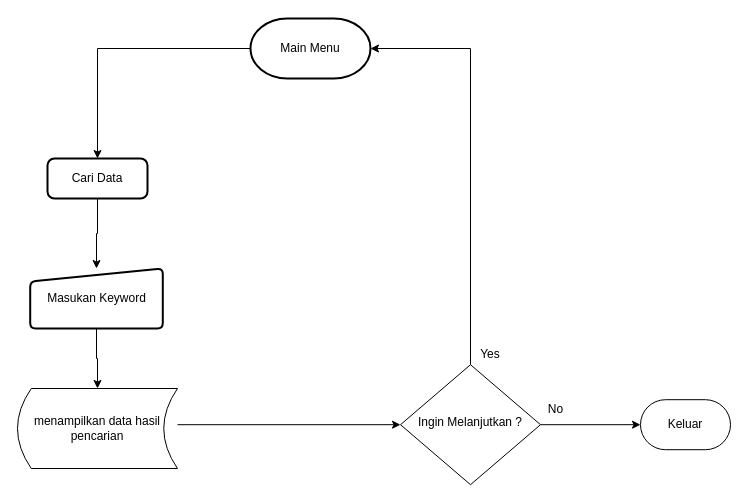
tobiadnan/CRUD-FRS-with-Java-Native keeps this draw.io diagram as cariData.drawio. Above is the earlier version. Source tidied: cells renumbered, new cells numbered last; positions are measured from the earlier drawing's top-left corner, leaving out a move shared by most shapes. Both pictures are drawn from the tidied source at 100%, with x=0, y=0 at pixel (17, 18).
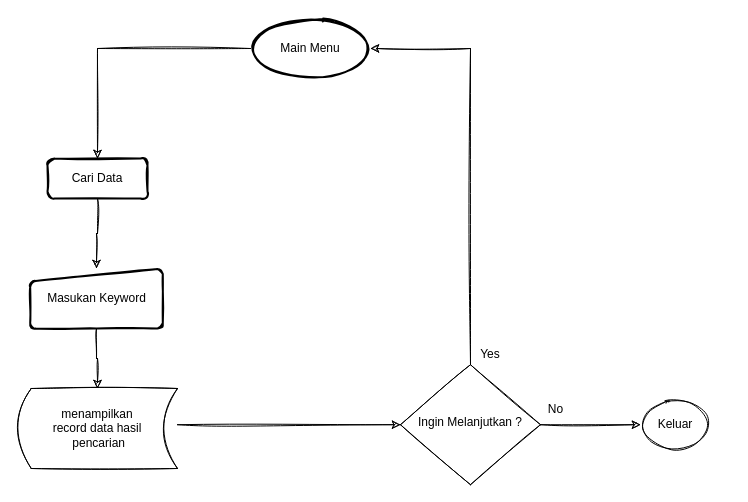
Above is the later version.

What changed in the source:
```diff
@@
-    <mxCell id="2" style="edgeStyle=orthogonalEdgeStyle;rounded=0;jettySize=auto;html=1;exitX=0.5;exitY=0;exitDx=0;exitDy=0;entryX=1;entryY=0.5;entryDx=0;entryDy=0;entryPerimeter=0;" parent="1" edge="1" source="4" target="13">
+    <mxCell id="2" style="edgeStyle=orthogonalEdgeStyle;rounded=0;jettySize=auto;html=1;exitX=0.5;exitY=0;exitDx=0;exitDy=0;entryX=1;entryY=0.5;entryDx=0;entryDy=0;entryPerimeter=0;sketch=1;" parent="1" edge="1" source="4" target="13">
       <mxGeometry relative="1" as="geometry" />
     </mxCell>
-    <mxCell id="3" style="edgeStyle=orthogonalEdgeStyle;rounded=0;jettySize=auto;html=1;exitX=1;exitY=0.5;exitDx=0;exitDy=0;entryX=0;entryY=0.5;entryDx=0;entryDy=0;" parent="1" edge="1" source="4" target="5">
+    <mxCell id="3" style="edgeStyle=orthogonalEdgeStyle;rounded=0;jettySize=auto;html=1;exitX=1;exitY=0.5;exitDx=0;exitDy=0;entryX=0;entryY=0.5;entryDx=0;entryDy=0;sketch=1;" parent="1" edge="1" source="4" target="5">
       <mxGeometry relative="1" as="geometry" />
     </mxCell>
-    <mxCell id="4" value="Ingin Melanjutkan ?" style="rhombus;whiteSpace=wrap;html=1;shadow=0;fontFamily=Helvetica;fontSize=12;align=center;strokeWidth=1;spacing=6;spacingTop=-4;" parent="1" vertex="1">
+    <mxCell id="4" value="Ingin Melanjutkan ?" style="rhombus;whiteSpace=wrap;html=1;shadow=0;fontFamily=Helvetica;fontSize=12;align=center;strokeWidth=1;spacing=6;spacingTop=-4;sketch=1;" parent="1" vertex="1">
       <mxGeometry x="383" y="346.2" width="140" height="120" as="geometry" />
     </mxCell>
-    <mxCell id="5" value="Keluar" style="rounded=1;whiteSpace=wrap;html=1;fontSize=12;glass=0;strokeWidth=1;shadow=0;arcSize=50;" parent="1" vertex="1">
-      <mxGeometry x="623" y="381.2" width="90" height="50" as="geometry" />
+    <mxCell id="5" value="Keluar" style="strokeWidth=1;html=1;shape=mxgraph.flowchart.start_2;whiteSpace=wrap;shadow=0;fontFamily=Helvetica;fontSize=12;fontColor=#000000;align=center;strokeColor=#000000;fillColor=#ffffff;sketch=1;" parent="1" vertex="1">
+      <mxGeometry x="623" y="381.2" width="70" height="50" as="geometry" />
     </mxCell>
-    <mxCell id="6" style="edgeStyle=orthogonalEdgeStyle;rounded=0;jettySize=auto;html=1;entryX=0;entryY=0.5;entryDx=0;entryDy=0;" parent="1" edge="1" source="7" target="4">
+    <mxCell id="6" style="edgeStyle=orthogonalEdgeStyle;rounded=0;jettySize=auto;html=1;entryX=0;entryY=0.5;entryDx=0;entryDy=0;sketch=1;" parent="1" edge="1" source="7" target="4">
       <mxGeometry relative="1" as="geometry">
         <Array as="points">
           <mxPoint x="143" y="406" />
           <mxPoint x="143" y="406" />
         </Array>
       </mxGeometry>
     </mxCell>
-    <mxCell id="7" value="menampilkan data hasil pencarian" style="shape=dataStorage;whiteSpace=wrap;html=1;fixedSize=1;size=13.75;" parent="1" vertex="1">
+    <mxCell id="7" value="menampilkan &lt;br&gt;record data hasil&lt;br&gt;&amp;nbsp;pencarian" style="shape=dataStorage;whiteSpace=wrap;html=1;fixedSize=1;size=13.75;sketch=1;" parent="1" vertex="1">
       <mxGeometry y="370" width="160" height="80" as="geometry" />
     </mxCell>
-    <mxCell id="8" style="edgeStyle=orthogonalEdgeStyle;rounded=0;jettySize=auto;html=1;exitX=0.5;exitY=1;exitDx=0;exitDy=0;entryX=0.5;entryY=0;entryDx=0;entryDy=0;" parent="1" edge="1" source="9" target="7">
+    <mxCell id="8" style="edgeStyle=orthogonalEdgeStyle;rounded=0;jettySize=auto;html=1;exitX=0.5;exitY=1;exitDx=0;exitDy=0;entryX=0.5;entryY=0;entryDx=0;entryDy=0;sketch=1;" parent="1" edge="1" source="9" target="7">
       <mxGeometry relative="1" as="geometry">
         <Array as="points">
           <mxPoint x="80" y="340" />
         </Array>
       </mxGeometry>
     </mxCell>
-    <mxCell id="9" value="Masukan Keyword" style="html=1;strokeWidth=2;shape=manualInput;whiteSpace=wrap;rounded=1;size=13;arcSize=11;" parent="1" vertex="1">
+    <mxCell id="9" value="Masukan Keyword" style="html=1;strokeWidth=2;shape=manualInput;whiteSpace=wrap;rounded=1;size=13;arcSize=11;sketch=1;" parent="1" vertex="1">
       <mxGeometry x="12.7" y="250" width="132.6" height="60" as="geometry" />
     </mxCell>
-    <mxCell id="10" style="edgeStyle=orthogonalEdgeStyle;rounded=0;jettySize=auto;html=1;exitX=0.5;exitY=1;exitDx=0;exitDy=0;entryX=0.5;entryY=0;entryDx=0;entryDy=0;" parent="1" edge="1" source="11" target="9">
+    <mxCell id="10" style="edgeStyle=orthogonalEdgeStyle;rounded=0;jettySize=auto;html=1;exitX=0.5;exitY=1;exitDx=0;exitDy=0;entryX=0.5;entryY=0;entryDx=0;entryDy=0;sketch=1;" parent="1" edge="1" source="11" target="9">
       <mxGeometry relative="1" as="geometry">
         <Array as="points">
           <mxPoint x="79" y="215" />
         </Array>
       </mxGeometry>
     </mxCell>
-    <mxCell id="11" value="Cari Data" style="rounded=1;whiteSpace=wrap;html=1;absoluteArcSize=1;arcSize=14;strokeWidth=2;" parent="1" vertex="1">
+    <mxCell id="11" value="Cari Data" style="rounded=1;whiteSpace=wrap;html=1;absoluteArcSize=1;arcSize=14;strokeWidth=2;sketch=1;" parent="1" vertex="1">
       <mxGeometry x="30" y="140" width="100" height="40" as="geometry" />
     </mxCell>
-    <mxCell id="12" style="edgeStyle=orthogonalEdgeStyle;rounded=0;jettySize=auto;html=1;exitX=0;exitY=0.5;exitDx=0;exitDy=0;exitPerimeter=0;entryX=0.5;entryY=0;entryDx=0;entryDy=0;" parent="1" edge="1" source="13" target="11">
+    <mxCell id="12" style="edgeStyle=orthogonalEdgeStyle;rounded=0;jettySize=auto;html=1;exitX=0;exitY=0.5;exitDx=0;exitDy=0;exitPerimeter=0;entryX=0.5;entryY=0;entryDx=0;entryDy=0;sketch=1;" parent="1" edge="1" source="13" target="11">
       <mxGeometry relative="1" as="geometry" />
     </mxCell>
-    <mxCell id="13" value="Main Menu" style="strokeWidth=2;html=1;shape=mxgraph.flowchart.terminator;whiteSpace=wrap;" parent="1" vertex="1">
+    <mxCell id="13" value="Main Menu" style="strokeWidth=2;html=1;shape=mxgraph.flowchart.start_2;whiteSpace=wrap;fontFamily=Helvetica;fontSize=12;fontColor=#000000;align=center;strokeColor=#000000;fillColor=#ffffff;sketch=1;" parent="1" vertex="1">
       <mxGeometry x="233" width="120" height="60" as="geometry" />
     </mxCell>
-    <mxCell id="14" value="Yes" style="text;html=1;strokeColor=none;fillColor=none;align=center;verticalAlign=middle;whiteSpace=wrap;rounded=0;" parent="1" vertex="1">
+    <mxCell id="14" value="Yes" style="text;html=1;strokeColor=none;fillColor=none;align=center;verticalAlign=middle;whiteSpace=wrap;rounded=0;sketch=1;" parent="1" vertex="1">
       <mxGeometry x="453" y="326.2" width="40" height="20" as="geometry" />
     </mxCell>
-    <mxCell id="15" value="No" style="text;html=1;align=center;verticalAlign=middle;" parent="1" vertex="1">
+    <mxCell id="15" value="No" style="text;html=1;align=center;verticalAlign=middle;sketch=1;" parent="1" vertex="1">
       <mxGeometry x="523" y="381.2" width="30" height="20" as="geometry" />
     </mxCell>
```
